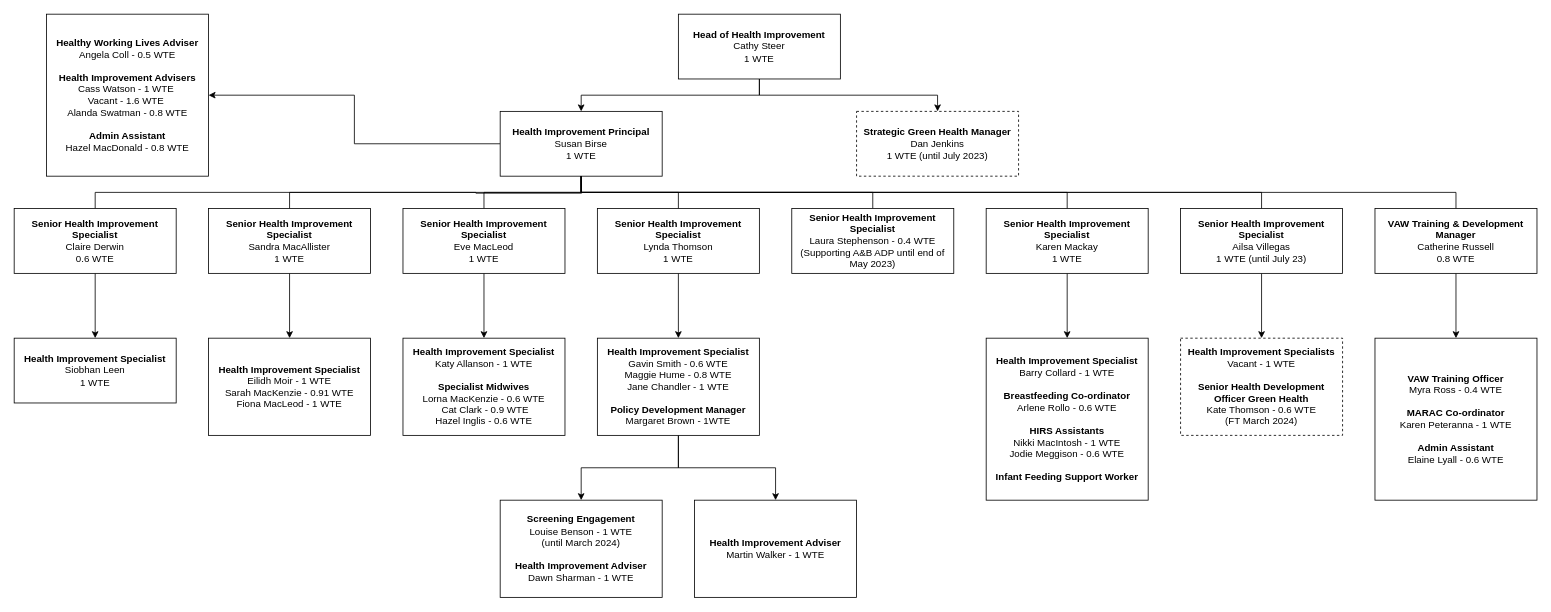
The draw.io diagram Untitled Diagram.drawio in barrycollard/staffOrgChart, before the edit. Source tidied: cells renumbered, new cells numbered last; positions are measured from the earlier drawing's top-left corner, leaving out a move shared by most shapes. Both pictures are drawn from the tidied source at 81%, with x=0, y=0 at pixel (14, 14).
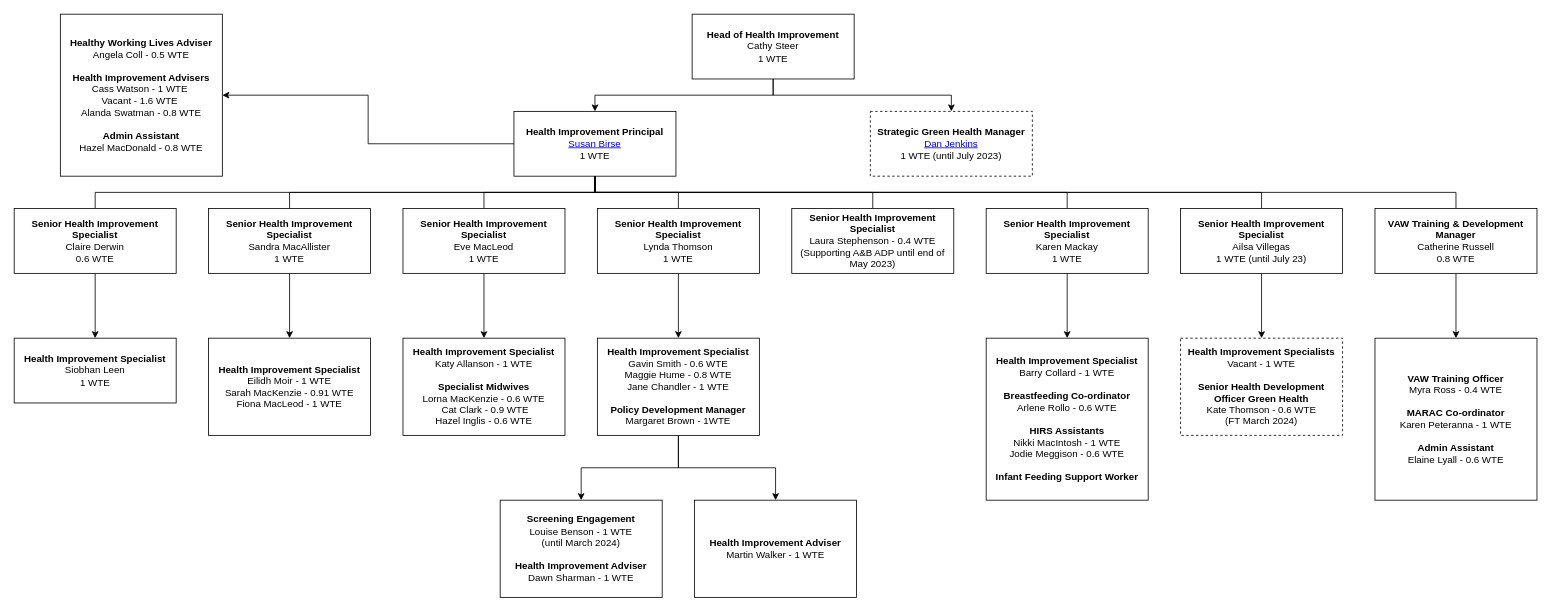
After the change.

Commit message:
added links to Dan and Susan

The change refers to these unchanged cells:
```xml
<mxCell id="14" value="&lt;div&gt;&lt;b&gt;Senior Health Improvement Specialist&lt;/b&gt;&lt;/div&gt;&lt;div&gt;Sandra MacAllister&lt;/div&gt;&lt;div&gt;1 WTE&lt;/div&gt;" style="rounded=0;whiteSpace=wrap;html=1;" parent="1" vertex="1">
  <mxGeometry x="240" y="240" width="200" height="80" as="geometry" />
</mxCell>
```

The edit, as a diff of the source:
```diff
@@
     <mxCell id="4" value="&lt;b&gt;Head of Health Improvement&lt;/b&gt;&lt;br&gt;Cathy Steer&lt;br&gt;1 WTE" style="rounded=0;whiteSpace=wrap;html=1;align=center;" parent="1" vertex="1">
-      <mxGeometry x="820" width="200" height="80" as="geometry" />
+      <mxGeometry x="837" width="200" height="80" as="geometry" />
     </mxCell>
@@
-    <mxCell id="6" value="&lt;b&gt;Health Improvement Principal&lt;br&gt;&lt;/b&gt;Susan Birse&lt;br&gt;1 WTE" style="rounded=0;whiteSpace=wrap;html=1;align=center;" parent="1" vertex="1">
-      <mxGeometry x="600" y="120" width="200" height="80" as="geometry" />
+    <mxCell id="6" value="&lt;b&gt;Health Improvement Principal&lt;br&gt;&lt;/b&gt;&lt;a href=&quot;https://nhshighland.publichealth.scot.nhs.uk/staff/susan-birse/&quot;&gt;Susan Birse&lt;/a&gt;&lt;br&gt;1 WTE" style="rounded=0;whiteSpace=wrap;html=1;align=center;" parent="1" vertex="1">
+      <mxGeometry x="617" y="120" width="200" height="80" as="geometry" />
     </mxCell>
-    <mxCell id="7" value="&lt;b&gt;Strategic Green Health Manager&lt;br&gt;&lt;/b&gt;Dan Jenkins&lt;br&gt;1 WTE (until July 2023)" style="rounded=0;whiteSpace=wrap;html=1;align=center;dashed=1;" parent="1" vertex="1">
-      <mxGeometry x="1040" y="120" width="200" height="80" as="geometry" />
+    <mxCell id="7" value="&lt;b&gt;Strategic Green Health Manager&lt;br&gt;&lt;/b&gt;&lt;a href=&quot;https://nhshighland.publichealth.scot.nhs.uk/staff/dan-jenkins/&quot;&gt;Dan Jenkins&lt;/a&gt;&lt;br&gt;1 WTE (until July 2023)" style="rounded=0;whiteSpace=wrap;html=1;align=center;dashed=1;" parent="1" vertex="1">
+      <mxGeometry x="1057" y="120" width="200" height="80" as="geometry" />
     </mxCell>
     <mxCell id="8" value="&lt;div&gt;&lt;b&gt;Healthy Working Lives Adviser&lt;/b&gt;&lt;/div&gt;&lt;div&gt;Angela Coll - 0.5 WTE&lt;/div&gt;&lt;div&gt;&lt;br&gt;&lt;/div&gt;&lt;div&gt;&lt;b&gt;Health Improvement Advisers&lt;/b&gt;&lt;/div&gt;&lt;div&gt;Cass Watson - 1 WTE&amp;nbsp;&lt;/div&gt;&lt;div&gt;Vacant - 1.6 WTE&amp;nbsp;&lt;/div&gt;&lt;div&gt;Alanda Swatman - 0.8 WTE&lt;/div&gt;&lt;div&gt;&lt;br&gt;&lt;/div&gt;&lt;div&gt;&lt;b&gt;Admin Assistant&lt;/b&gt;&lt;/div&gt;&lt;div&gt;Hazel MacDonald - 0.8 WTE&lt;/div&gt;" style="rounded=0;whiteSpace=wrap;html=1;" parent="1" vertex="1">
-      <mxGeometry x="40" width="200" height="200" as="geometry" />
+      <mxGeometry x="57" width="200" height="200" as="geometry" />
     </mxCell>
@@
-    <mxCell id="12" style="edgeStyle=orthogonalEdgeStyle;rounded=0;jettySize=auto;html=1;exitX=0.5;exitY=0;exitDx=0;exitDy=0;endArrow=none;endFill=0;" parent="1" edge="1" source="14">
-      <mxGeometry relative="1" as="geometry">
-        <mxPoint x="700" y="200" as="targetPoint" />
-      </mxGeometry>
-    </mxCell>
@@
+    <mxCell id="43" style="edgeStyle=orthogonalEdgeStyle;rounded=0;jettySize=auto;html=1;exitX=0.5;exitY=0;exitDx=0;exitDy=0;entryX=0.5;entryY=1;entryDx=0;entryDy=0;endArrow=none;endFill=0;" parent="1" edge="1" source="14" target="6">
+      <mxGeometry relative="1" as="geometry" />
+    </mxCell>
```
